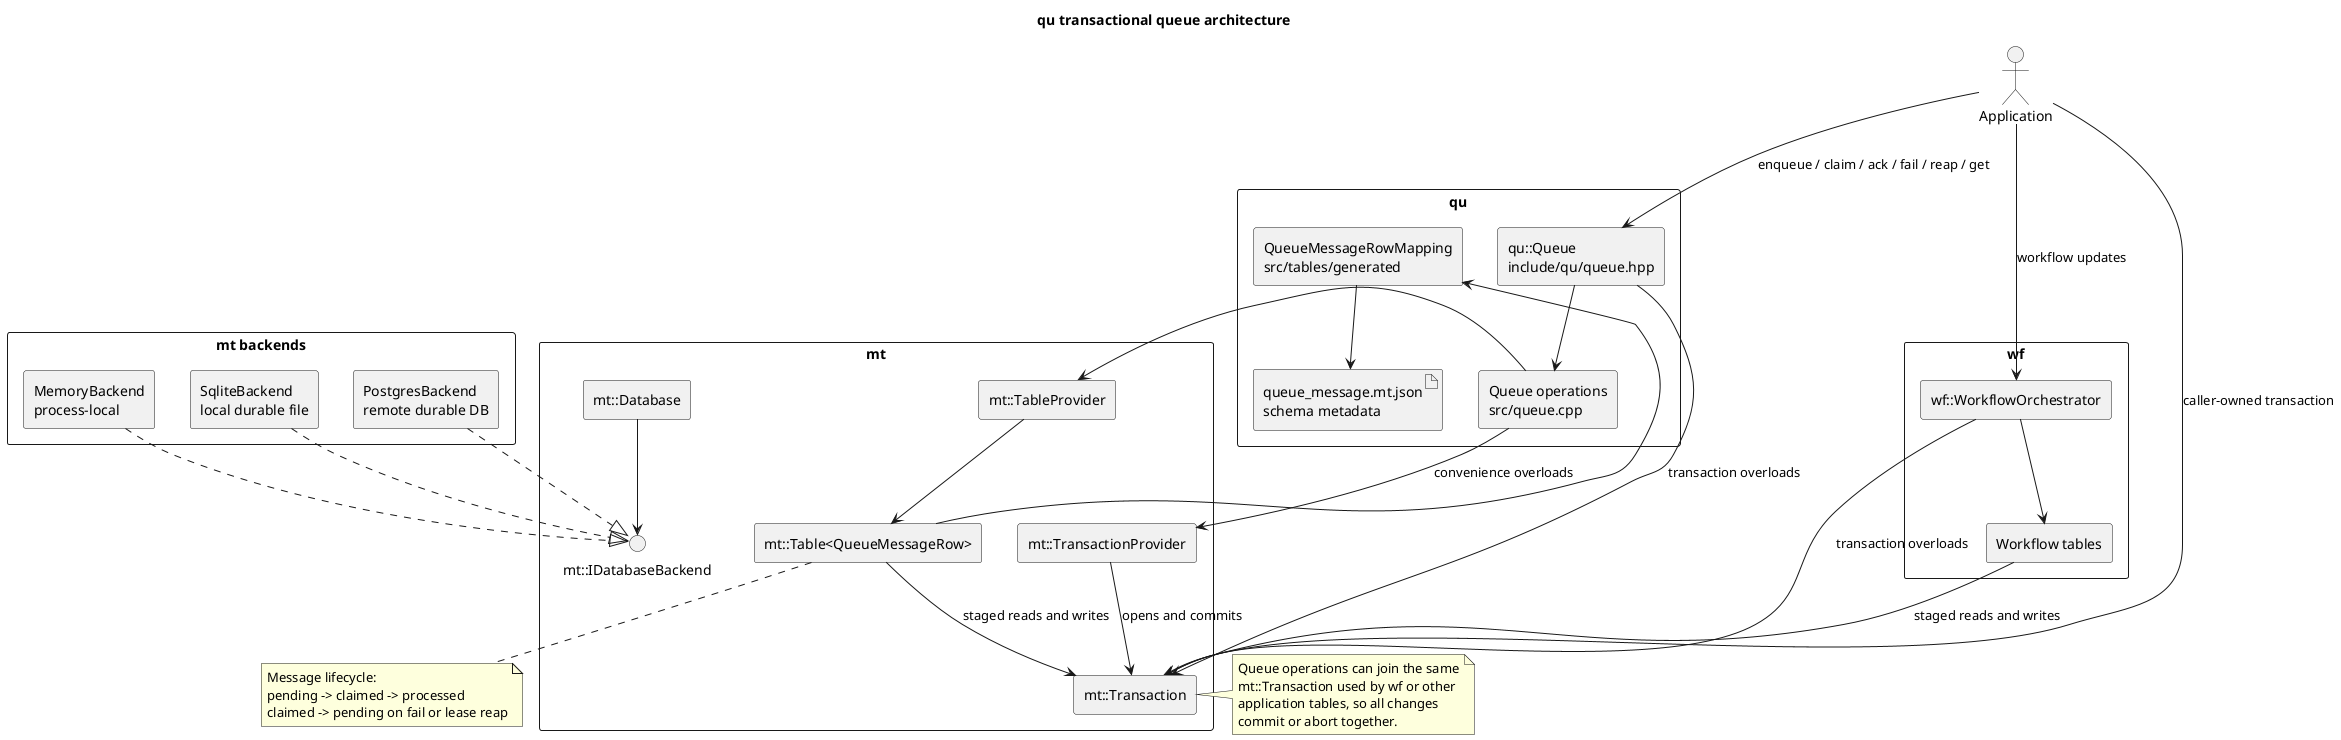
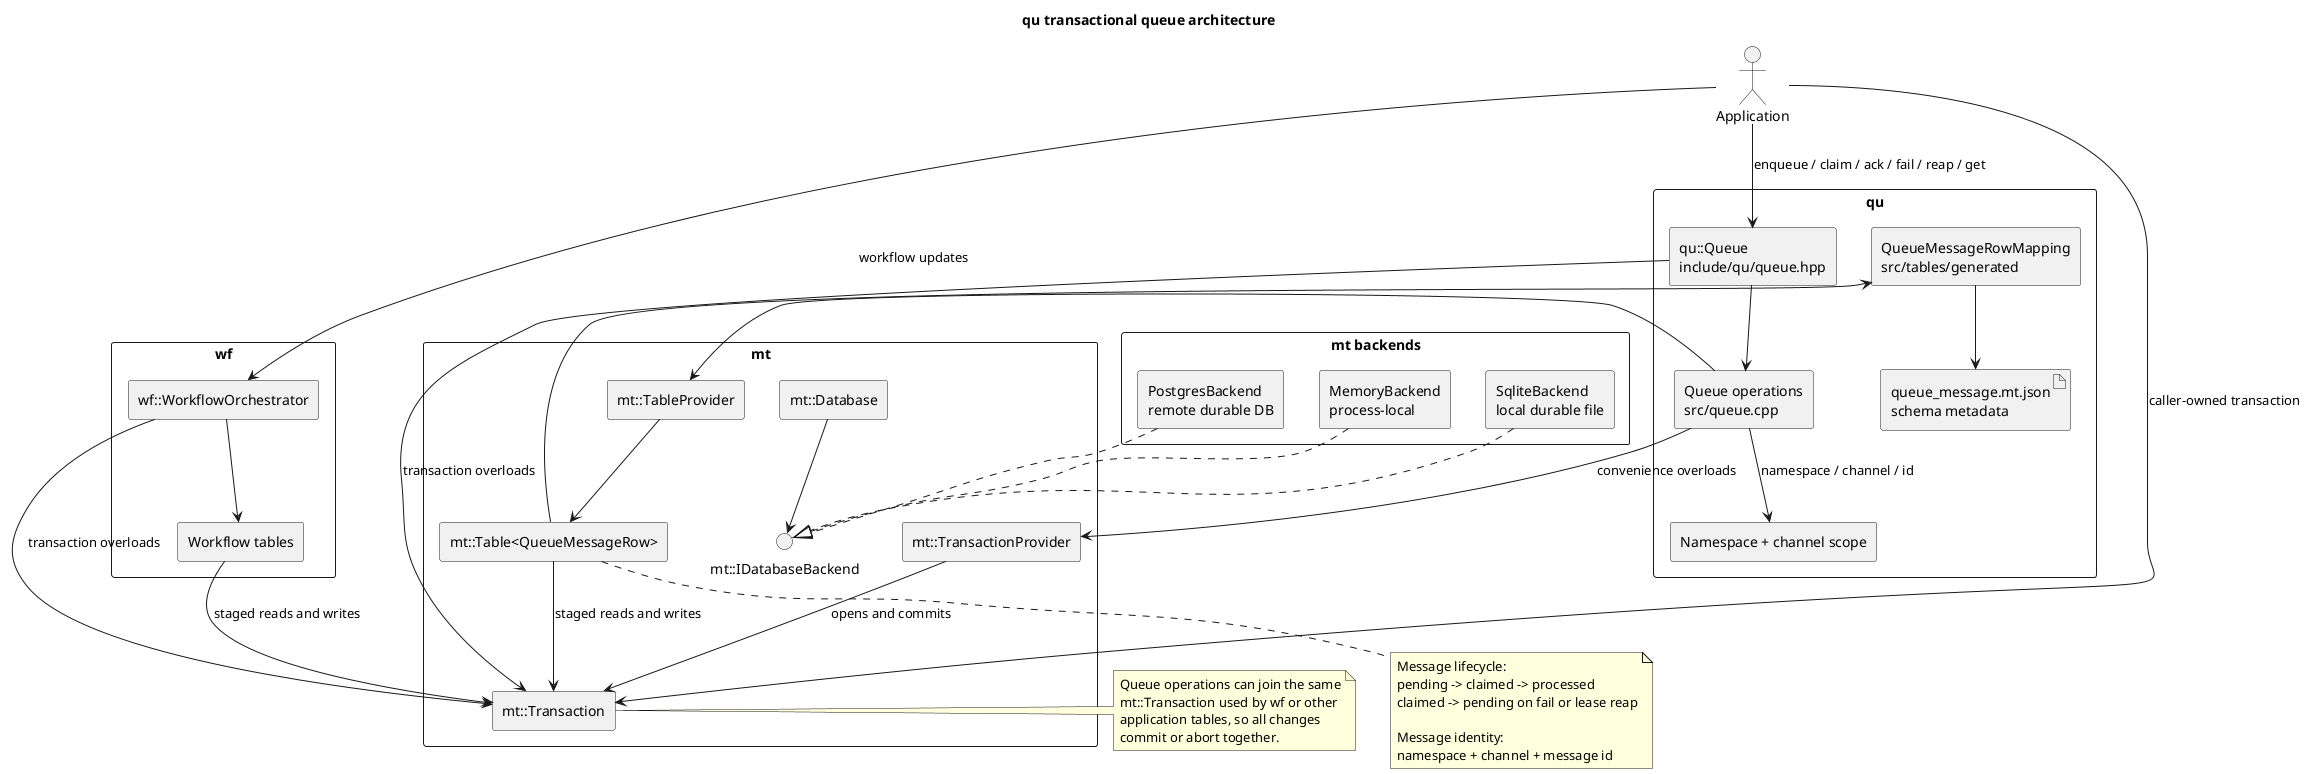
@startuml
title qu transactional queue architecture

skinparam componentStyle rectangle
skinparam shadowing false
skinparam packageStyle rectangle

actor "Application" as app

package "qu" {
    component "qu::Queue\ninclude/qu/queue.hpp" as queue
    component "Queue operations\nsrc/queue.cpp" as ops
+     component "Namespace + channel scope" as scope
    component "QueueMessageRowMapping\nsrc/tables/generated" as mapping
    artifact "queue_message.mt.json\nschema metadata" as schema
}

package "wf" {
    component "wf::WorkflowOrchestrator" as orchestrator
    component "Workflow tables" as workflowTables
}

package "mt" {
    component "mt::Database" as database
    component "mt::TransactionProvider" as txs
    component "mt::Transaction" as tx
    component "mt::TableProvider" as tables
    component "mt::Table<QueueMessageRow>" as table
    interface "mt::IDatabaseBackend" as backend
}

package "mt backends" {
    component "MemoryBackend\nprocess-local" as memory
    component "SqliteBackend\nlocal durable file" as sqlite
    component "PostgresBackend\nremote durable DB" as postgres
}

database --> backend
memory ..|> backend
sqlite ..|> backend
postgres ..|> backend

app --> queue : enqueue / claim / ack / fail / reap / get
app --> orchestrator : workflow updates

queue --> ops
+ ops --> scope : namespace / channel / id
ops --> txs : convenience overloads
txs --> tx : opens and commits
app --> tx : caller-owned transaction
queue --> tx : transaction overloads
orchestrator --> tx : transaction overloads

ops --> tables
tables --> table
table --> mapping
mapping --> schema
table --> tx : staged reads and writes
orchestrator --> workflowTables
workflowTables --> tx : staged reads and writes

note right of tx
Queue operations can join the same
mt::Transaction used by wf or other
application tables, so all changes
commit or abort together.
end note

note bottom of table
Message lifecycle:
pending -> claimed -> processed
claimed -> pending on fail or lease reap
+ 
+ Message identity:
+ namespace + channel + message id
end note

@enduml
